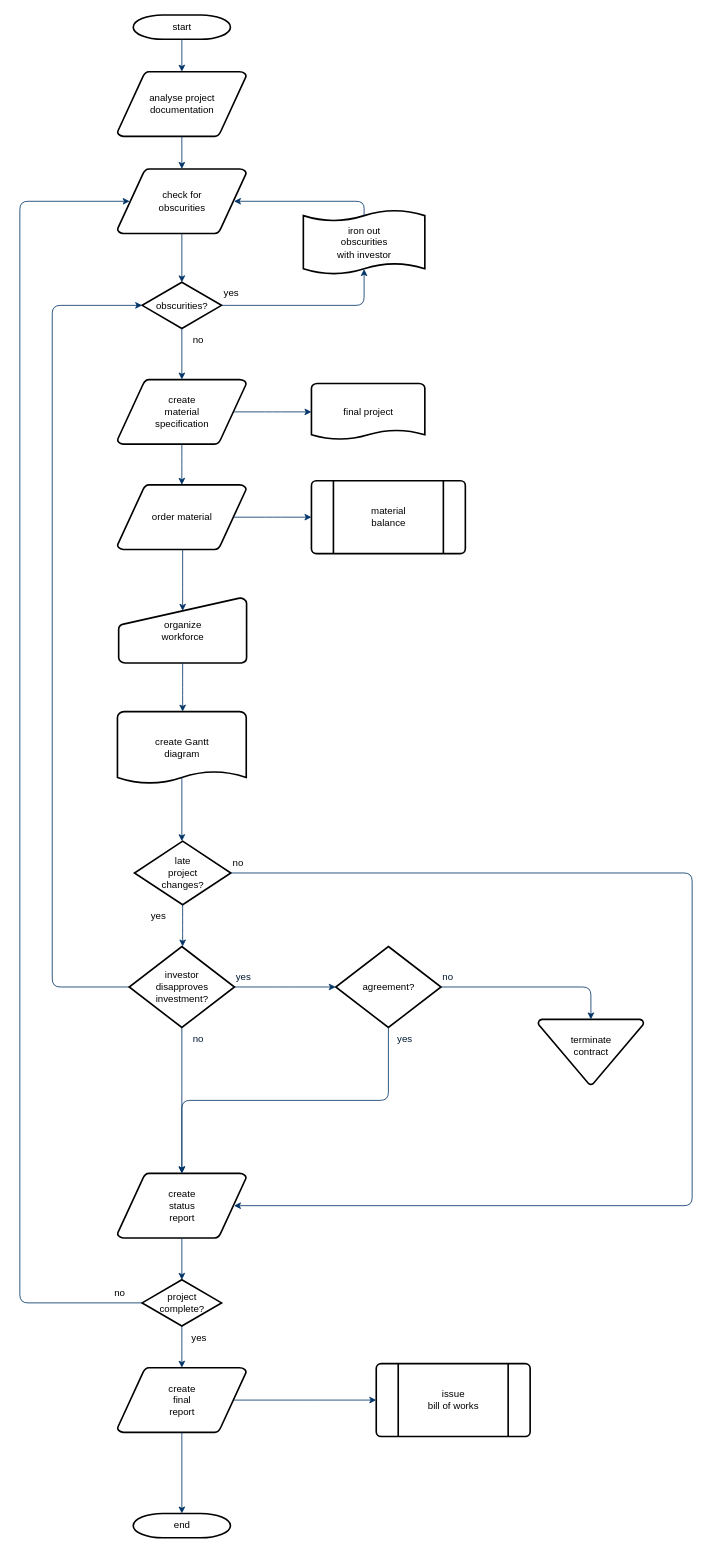
AmazonRF/test keeps this draw.io diagram as Untitled Diagram.drawio. Above is the earlier version. Source tidied: cells renumbered, new cells numbered last; positions are measured from the earlier drawing's top-left corner, leaving out a move shared by most shapes. Both pictures are drawn from the tidied source at 81%, with x=0, y=0 at pixel (19, 15).
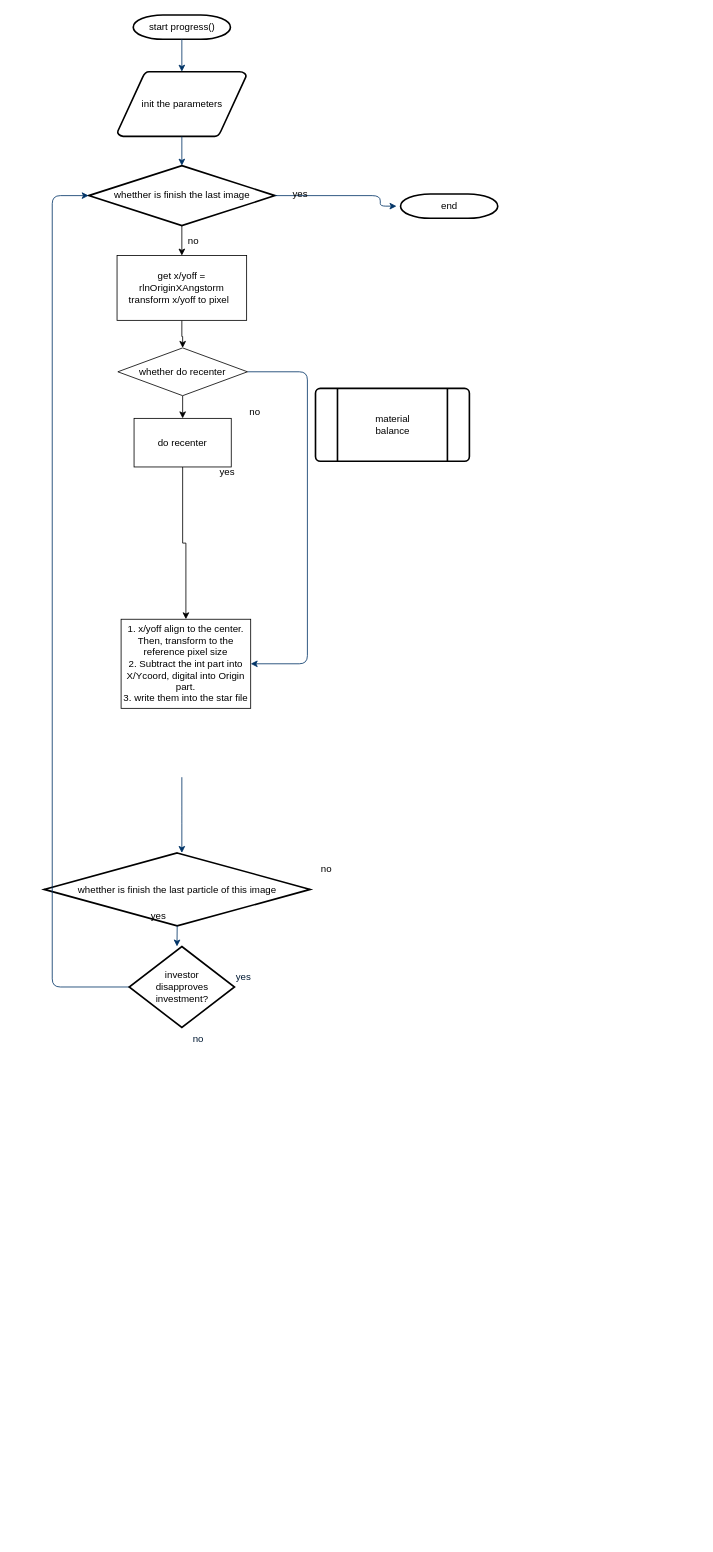
The same diagram, later.

Unchanged cells that the change refers to:
```xml
<mxCell id="28" value="investor&#10;disapproves&#10; investment?" style="shape=mxgraph.flowchart.decision;strokeWidth=2;gradientColor=none;gradientDirection=north;fontStyle=0;html=1;" parent="1" vertex="1">
  <mxGeometry x="135" y="1150" width="130" height="100" as="geometry" />
</mxCell>
```

What changed in the source:
```diff
@@
-    <mxCell id="2" value="start" style="shape=mxgraph.flowchart.terminator;strokeWidth=2;gradientColor=none;gradientDirection=north;fontStyle=0;html=1;" parent="1" vertex="1">
+    <mxCell id="2" value="start progress()" style="shape=mxgraph.flowchart.terminator;strokeWidth=2;gradientColor=none;gradientDirection=north;fontStyle=0;html=1;" parent="1" vertex="1">
       <mxGeometry x="140" width="120" height="30" as="geometry" />
     </mxCell>
-    <mxCell id="3" value="analyse project&#10; documentation" style="shape=mxgraph.flowchart.data;strokeWidth=2;gradientColor=none;gradientDirection=north;fontStyle=0;html=1;" parent="1" vertex="1">
+    <mxCell id="3" value="init the parameters" style="shape=mxgraph.flowchart.data;strokeWidth=2;gradientColor=none;gradientDirection=north;fontStyle=0;html=1;" parent="1" vertex="1">
       <mxGeometry x="120.5" y="70" width="159" height="80" as="geometry" />
     </mxCell>
-    <mxCell id="4" value="create&#10;material&#10;specification" style="shape=mxgraph.flowchart.data;strokeWidth=2;gradientColor=none;gradientDirection=north;fontStyle=0;html=1;" parent="1" vertex="1">
-      <mxGeometry x="120.5" y="450" width="159" height="80" as="geometry" />
-    </mxCell>
-    <mxCell id="5" value="check for&#10;obscurities" style="shape=mxgraph.flowchart.data;strokeWidth=2;gradientColor=none;gradientDirection=north;fontStyle=0;html=1;" parent="1" vertex="1">
-      <mxGeometry x="120.5" y="190" width="159" height="80" as="geometry" />
-    </mxCell>
+    <mxCell id="56" style="edgeStyle=orthogonalEdgeStyle;rounded=0;jettySize=auto;html=1;exitX=0.5;exitY=1;exitDx=0;exitDy=0;exitPerimeter=0;entryX=0.5;entryY=0;entryDx=0;entryDy=0;" parent="1" edge="1" source="6" target="58">
+      <mxGeometry relative="1" as="geometry" />
+    </mxCell>
-    <mxCell id="6" value="obscurities?" style="shape=mxgraph.flowchart.decision;strokeWidth=2;gradientColor=none;gradientDirection=north;fontStyle=0;html=1;" parent="1" vertex="1">
-      <mxGeometry x="151" y="330" width="98" height="57" as="geometry" />
+    <mxCell id="6" value="whetther is finish the last image" style="shape=mxgraph.flowchart.decision;strokeWidth=2;gradientColor=none;gradientDirection=north;fontStyle=0;html=1;" parent="1" vertex="1">
+      <mxGeometry x="85" y="186" width="230" height="74" as="geometry" />
     </mxCell>
@@
-    <mxCell id="8" style="fontStyle=1;strokeColor=#003366;strokeWidth=1;html=1;" parent="1" edge="1" source="3" target="5">
+    <mxCell id="8" style="fontStyle=1;strokeColor=#003366;strokeWidth=1;html=1;entryX=0.5;entryY=0;entryDx=0;entryDy=0;entryPerimeter=0;" parent="1" edge="1" source="3" target="6">
       <mxGeometry relative="1" as="geometry" />
     </mxCell>
-    <mxCell id="9" style="entryX=0.5;entryY=0;entryPerimeter=0;fontStyle=1;strokeColor=#003366;strokeWidth=1;html=1;" parent="1" edge="1" source="5" target="6">
-      <mxGeometry relative="1" as="geometry" />
-    </mxCell>
-    <mxCell id="10" style="edgeStyle=elbowEdgeStyle;elbow=horizontal;entryX=0.5;entryY=0.91;entryPerimeter=0;exitX=1;exitY=0.5;exitPerimeter=0;fontStyle=1;strokeColor=#003366;strokeWidth=1;html=1;" parent="1" edge="1" source="6" target="51">
-      <mxGeometry x="381" y="28.5" as="geometry">
+    <mxCell id="10" style="edgeStyle=elbowEdgeStyle;elbow=horizontal;exitX=1;exitY=0.5;exitPerimeter=0;fontStyle=1;strokeColor=#003366;strokeWidth=1;html=1;" parent="1" edge="1" source="6">
+      <mxGeometry x="386" y="-85.5" as="geometry">
+        <mxPoint x="465" y="236" as="targetPoint" />
         <Array as="points">
-          <mxPoint x="425" y="340" />
+          <mxPoint x="445" y="246" />
+          <mxPoint x="425" y="236" />
+          <mxPoint x="495" y="236" />
+          <mxPoint x="425" y="216" />
+          <mxPoint x="430" y="226" />
         </Array>
       </mxGeometry>
     </mxCell>
     <mxCell id="11" value="yes" style="text;fontStyle=0;html=1;strokeColor=none;gradientColor=none;fillColor=none;strokeWidth=2;" parent="1" vertex="1">
-      <mxGeometry x="250" y="330" width="40" height="26" as="geometry" />
+      <mxGeometry x="335" y="207" width="40" height="26" as="geometry" />
     </mxCell>
-    <mxCell id="12" style="edgeStyle=elbowEdgeStyle;elbow=horizontal;fontColor=#001933;fontStyle=1;strokeColor=#003366;strokeWidth=1;html=1;" parent="1" edge="1" source="6" target="4">
-      <mxGeometry as="geometry" />
-    </mxCell>
-    <mxCell id="13" value="order material" style="shape=mxgraph.flowchart.data;strokeWidth=2;gradientColor=none;gradientDirection=north;fontStyle=0;html=1;" parent="1" vertex="1">
-      <mxGeometry x="120.5" y="580" width="159" height="80" as="geometry" />
-    </mxCell>
     <mxCell id="14" value="no" style="text;fontStyle=0;html=1;strokeColor=none;gradientColor=none;fillColor=none;strokeWidth=2;align=center;" parent="1" vertex="1">
-      <mxGeometry x="200" y="387" width="40" height="26" as="geometry" />
+      <mxGeometry x="194" y="265" width="40" height="26" as="geometry" />
     </mxCell>
-    <mxCell id="15" value="final project" style="shape=mxgraph.flowchart.document;strokeWidth=2;gradientColor=none;gradientDirection=north;fontStyle=0;html=1;" parent="1" vertex="1">
-      <mxGeometry x="360" y="455" width="140" height="70" as="geometry" />
-    </mxCell>
-    <mxCell id="16" style="edgeStyle=elbowEdgeStyle;elbow=horizontal;exitX=0.905;exitY=0.5;exitPerimeter=0;fontStyle=1;strokeColor=#003366;strokeWidth=1;html=1;" parent="1" edge="1" source="4" target="15">
-      <mxGeometry as="geometry" />
-    </mxCell>
-    <mxCell id="17" style="edgeStyle=elbowEdgeStyle;elbow=horizontal;fontStyle=1;strokeColor=#003366;strokeWidth=1;html=1;" parent="1" edge="1" source="4" target="13">
-      <mxGeometry as="geometry" />
-    </mxCell>
     <mxCell id="18" value="material&#10;balance" style="shape=mxgraph.flowchart.predefined_process;strokeWidth=2;gradientColor=none;gradientDirection=north;fontStyle=0;html=1;" parent="1" vertex="1">
-      <mxGeometry x="360" y="575" width="190" height="90" as="geometry" />
+      <mxGeometry x="365" y="461" width="190" height="90" as="geometry" />
     </mxCell>
-    <mxCell id="19" style="edgeStyle=elbowEdgeStyle;elbow=horizontal;exitX=0.905;exitY=0.5;exitPerimeter=0;fontStyle=1;strokeColor=#003366;strokeWidth=1;html=1;" parent="1" edge="1" source="13" target="18">
-      <mxGeometry as="geometry" />
+    <mxCell id="19" style="edgeStyle=elbowEdgeStyle;elbow=horizontal;exitX=1;exitY=0.5;fontStyle=1;strokeColor=#003366;strokeWidth=1;html=1;entryX=1;entryY=0.5;entryDx=0;entryDy=0;exitDx=0;exitDy=0;" parent="1" edge="1" source="60" target="63">
+      <mxGeometry x="5" y="-114" as="geometry">
+        <Array as="points">
+          <mxPoint x="355" y="576" />
+        </Array>
+      </mxGeometry>
     </mxCell>
-    <mxCell id="20" value="organize &#10;workforce" style="shape=mxgraph.flowchart.manual_input;strokeWidth=2;gradientColor=none;gradientDirection=north;fontStyle=0;html=1;" parent="1" vertex="1">
-      <mxGeometry x="122" y="720" width="158" height="80" as="geometry" />
-    </mxCell>
-    <mxCell id="21" style="edgeStyle=elbowEdgeStyle;elbow=horizontal;entryX=0.5;entryY=0.195;entryPerimeter=0;fontStyle=1;strokeColor=#003366;strokeWidth=1;html=1;" parent="1" edge="1" source="13" target="20">
-      <mxGeometry as="geometry" />
-    </mxCell>
-    <mxCell id="22" value="create Gantt&#10;diagram" style="shape=mxgraph.flowchart.document;strokeWidth=2;gradientColor=none;gradientDirection=north;fontStyle=0;html=1;" parent="1" vertex="1">
-      <mxGeometry x="120.5" y="860" width="159" height="90" as="geometry" />
-    </mxCell>
-    <mxCell id="23" style="edgeStyle=elbowEdgeStyle;elbow=horizontal;exitX=0.5;exitY=1;exitPerimeter=0;fontStyle=1;strokeColor=#003366;strokeWidth=1;html=1;" parent="1" edge="1" source="20" target="22">
-      <mxGeometry as="geometry" />
-    </mxCell>
-    <mxCell id="24" value="late&#10;project&#10;changes?" style="shape=mxgraph.flowchart.decision;strokeWidth=2;gradientColor=none;gradientDirection=north;fontStyle=0;html=1;" parent="1" vertex="1">
-      <mxGeometry x="141.5" y="1020" width="119" height="78.5" as="geometry" />
+    <mxCell id="24" value="whetther is finish the last particle of this image" style="shape=mxgraph.flowchart.decision;strokeWidth=2;gradientColor=none;gradientDirection=north;fontStyle=0;html=1;" parent="1" vertex="1">
+      <mxGeometry x="30" y="1034.5" width="328.5" height="90" as="geometry" />
     </mxCell>
-    <mxCell id="25" style="edgeStyle=elbowEdgeStyle;elbow=horizontal;exitX=0.5;exitY=0.9;exitPerimeter=0;fontStyle=1;strokeColor=#003366;strokeWidth=1;html=1;" parent="1" edge="1" source="22" target="24">
-      <mxGeometry as="geometry" />
+    <mxCell id="25" style="edgeStyle=elbowEdgeStyle;elbow=horizontal;exitX=0.5;exitY=0.9;exitPerimeter=0;fontStyle=1;strokeColor=#003366;strokeWidth=1;html=1;" parent="1" edge="1" target="24">
+      <mxGeometry as="geometry">
+        <mxPoint x="200" y="941" as="sourcePoint" />
+      </mxGeometry>
     </mxCell>
@@
-    <mxCell id="29" value="agreement?" style="shape=mxgraph.flowchart.decision;strokeWidth=2;gradientColor=none;gradientDirection=north;fontStyle=0;html=1;" parent="1" vertex="1">
-      <mxGeometry x="390" y="1150" width="130" height="100" as="geometry" />
-    </mxCell>
@@
-    <mxCell id="31" style="edgeStyle=elbowEdgeStyle;elbow=horizontal;exitX=1;exitY=0.5;exitPerimeter=0;entryX=0;entryY=0.5;entryPerimeter=0;fontStyle=1;strokeColor=#003366;strokeWidth=1;html=1;" parent="1" edge="1" source="28" target="29">
-      <mxGeometry as="geometry" />
-    </mxCell>
-    <mxCell id="32" value="terminate&#10;contract&#10;" style="shape=mxgraph.flowchart.merge_or_storage;strokeWidth=2;gradientColor=none;gradientDirection=north;fontStyle=0;html=1;" parent="1" vertex="1">
-      <mxGeometry x="640" y="1240" width="130" height="80.5" as="geometry" />
-    </mxCell>
-    <mxCell id="33" style="edgeStyle=elbowEdgeStyle;elbow=vertical;exitX=1;exitY=0.5;exitPerimeter=0;entryX=0.5;entryY=0;entryPerimeter=0;fontStyle=1;strokeColor=#003366;strokeWidth=1;html=1;" parent="1" edge="1" source="29" target="32">
-      <mxGeometry as="geometry">
-        <Array as="points">
-          <mxPoint x="620" y="1200" />
-        </Array>
-      </mxGeometry>
-    </mxCell>
-    <mxCell id="34" value="create&#10;status&#10;report" style="shape=mxgraph.flowchart.data;strokeWidth=2;gradientColor=none;gradientDirection=north;fontStyle=0;html=1;" parent="1" vertex="1">
-      <mxGeometry x="120.5" y="1430" width="159" height="80" as="geometry" />
-    </mxCell>
-    <mxCell id="35" style="edgeStyle=elbowEdgeStyle;elbow=vertical;exitX=0.5;exitY=1;exitPerimeter=0;fontColor=#001933;fontStyle=1;strokeColor=#003366;strokeWidth=1;html=1;" parent="1" edge="1" source="28" target="34">
-      <mxGeometry as="geometry" />
-    </mxCell>
-    <mxCell id="36" style="edgeStyle=elbowEdgeStyle;elbow=vertical;exitX=0.5;exitY=1;exitPerimeter=0;entryX=0.5;entryY=0;entryPerimeter=0;fontStyle=1;strokeColor=#003366;strokeWidth=1;html=1;" parent="1" edge="1" source="29" target="34">
-      <mxGeometry as="geometry" />
-    </mxCell>
-    <mxCell id="37" value="project&#10;complete?" style="shape=mxgraph.flowchart.decision;strokeWidth=2;gradientColor=none;gradientDirection=north;fontStyle=0;html=1;" parent="1" vertex="1">
-      <mxGeometry x="151" y="1561.5" width="98" height="57" as="geometry" />
-    </mxCell>
-    <mxCell id="38" value="create&#10;final&#10;report" style="shape=mxgraph.flowchart.data;strokeWidth=2;gradientColor=none;gradientDirection=north;fontStyle=0;html=1;" parent="1" vertex="1">
-      <mxGeometry x="120.5" y="1670" width="159" height="80" as="geometry" />
-    </mxCell>
-    <mxCell id="39" value="issue&#10;bill of works" style="shape=mxgraph.flowchart.predefined_process;strokeWidth=2;gradientColor=none;gradientDirection=north;fontStyle=0;html=1;" parent="1" vertex="1">
-      <mxGeometry x="440" y="1665" width="190" height="90" as="geometry" />
-    </mxCell>
-    <mxCell id="40" value="end" style="shape=mxgraph.flowchart.terminator;strokeWidth=2;gradientColor=none;gradientDirection=north;fontStyle=0;html=1;" parent="1" vertex="1">
-      <mxGeometry x="140" y="1850" width="120" height="30" as="geometry" />
-    </mxCell>
-    <mxCell id="41" style="edgeStyle=elbowEdgeStyle;elbow=vertical;exitX=0.5;exitY=1;exitPerimeter=0;entryX=0.5;entryY=0;entryPerimeter=0;fontStyle=1;strokeColor=#003366;strokeWidth=1;html=1;" parent="1" edge="1" source="34" target="37">
-      <mxGeometry as="geometry" />
-    </mxCell>
-    <mxCell id="42" style="edgeStyle=elbowEdgeStyle;elbow=vertical;exitX=0.5;exitY=1;exitPerimeter=0;entryX=0.5;entryY=0;entryPerimeter=0;fontStyle=1;strokeColor=#003366;strokeWidth=1;html=1;" parent="1" edge="1" source="37" target="38">
-      <mxGeometry as="geometry" />
-    </mxCell>
-    <mxCell id="43" style="edgeStyle=elbowEdgeStyle;elbow=vertical;exitX=0.5;exitY=1;exitPerimeter=0;entryX=0.5;entryY=0;entryPerimeter=0;fontStyle=1;strokeColor=#003366;strokeWidth=1;html=1;" parent="1" edge="1" source="38" target="40">
-      <mxGeometry as="geometry" />
-    </mxCell>
-    <mxCell id="44" style="edgeStyle=elbowEdgeStyle;elbow=vertical;exitX=0.905;exitY=0.5;exitPerimeter=0;entryX=0;entryY=0.5;entryPerimeter=0;fontStyle=1;strokeColor=#003366;strokeWidth=1;html=1;" parent="1" edge="1" source="38" target="39">
-      <mxGeometry as="geometry" />
-    </mxCell>
-    <mxCell id="45" style="edgeStyle=elbowEdgeStyle;elbow=horizontal;exitX=1;exitY=0.5;exitPerimeter=0;entryX=0.905;entryY=0.5;entryPerimeter=0;fontStyle=1;strokeColor=#003366;strokeWidth=1;html=1;" parent="1" edge="1" source="24" target="34">
-      <mxGeometry as="geometry">
-        <Array as="points">
-          <mxPoint x="830" y="1260" />
-        </Array>
-      </mxGeometry>
-    </mxCell>
     <mxCell id="46" value="no" style="text;fontStyle=0;html=1;strokeColor=none;gradientColor=none;fillColor=none;strokeWidth=2;" parent="1" vertex="1">
-      <mxGeometry x="260.5" y="1033.2" width="40" height="26" as="geometry" />
+      <mxGeometry x="370" y="1040.5" width="40" height="26" as="geometry" />
     </mxCell>
@@
-    <mxCell id="49" value="yes" style="text;fontColor=#001933;fontStyle=0;html=1;strokeColor=none;gradientColor=none;fillColor=none;strokeWidth=2;align=center;" parent="1" vertex="1">
-      <mxGeometry x="455" y="1250" width="40" height="26" as="geometry" />
-    </mxCell>
-    <mxCell id="50" value="no" style="text;fontColor=#001933;fontStyle=0;html=1;strokeColor=none;gradientColor=none;fillColor=none;strokeWidth=2;" parent="1" vertex="1">
-      <mxGeometry x="520" y="1174" width="40" height="26" as="geometry" />
-    </mxCell>
-    <mxCell id="51" value="iron out&#10;obscurities &#10;with investor" style="shape=mxgraph.flowchart.paper_tape;strokeWidth=2;gradientColor=none;gradientDirection=north;fontStyle=0;html=1;" parent="1" vertex="1">
-      <mxGeometry x="350" y="240" width="150" height="81" as="geometry" />
-    </mxCell>
-    <mxCell id="52" style="edgeStyle=elbowEdgeStyle;elbow=horizontal;exitX=0.5;exitY=0.09;exitPerimeter=0;entryX=0.905;entryY=0.5;entryPerimeter=0;fontStyle=1;strokeColor=#003366;strokeWidth=1;html=1;" parent="1" edge="1" source="51" target="5">
-      <mxGeometry as="geometry">
-        <Array as="points">
-          <mxPoint x="425" y="240" />
-        </Array>
-      </mxGeometry>
-    </mxCell>
-    <mxCell id="53" value="yes" style="text;fontStyle=0;html=1;strokeColor=none;gradientColor=none;fillColor=none;strokeWidth=2;align=center;" parent="1" vertex="1">
-      <mxGeometry x="201" y="1620" width="40" height="26" as="geometry" />
-    </mxCell>
-    <mxCell id="54" style="edgeStyle=elbowEdgeStyle;elbow=horizontal;exitX=0;exitY=0.5;exitPerimeter=0;entryX=0.095;entryY=0.5;entryPerimeter=0;fontStyle=1;strokeColor=#003366;strokeWidth=1;html=1;" parent="1" edge="1" source="37" target="5">
-      <mxGeometry as="geometry">
-        <Array as="points">
-          <mxPoint y="910" />
-        </Array>
-      </mxGeometry>
-    </mxCell>
-    <mxCell id="55" value="no" style="text;fontStyle=0;html=1;strokeColor=none;gradientColor=none;fillColor=none;strokeWidth=2;" parent="1" vertex="1">
-      <mxGeometry x="115" y="1564" width="40" height="26" as="geometry" />
-    </mxCell>
+    <mxCell id="40" value="end" style="shape=mxgraph.flowchart.terminator;strokeWidth=2;gradientColor=none;gradientDirection=north;fontStyle=0;html=1;" parent="1" vertex="1">
+      <mxGeometry x="470" y="221" width="120" height="30" as="geometry" />
+    </mxCell>
+    <mxCell id="57" style="edgeStyle=orthogonalEdgeStyle;rounded=0;jettySize=auto;html=1;exitX=0.5;exitY=1;exitDx=0;exitDy=0;" parent="1" edge="1" source="58" target="60">
+      <mxGeometry relative="1" as="geometry" />
+    </mxCell>
+    <mxCell id="58" value="get x/yoff = rlnOriginXAngstorm&lt;br&gt;transform x/yoff to pixel&amp;nbsp;&amp;nbsp;" style="rounded=0;whiteSpace=wrap;html=1;" parent="1" vertex="1">
+      <mxGeometry x="120" y="297" width="160" height="80" as="geometry" />
+    </mxCell>
+    <mxCell id="59" style="edgeStyle=orthogonalEdgeStyle;rounded=0;jettySize=auto;html=1;exitX=0.5;exitY=1;exitDx=0;exitDy=0;entryX=0.5;entryY=0;entryDx=0;entryDy=0;" parent="1" edge="1" source="60" target="62">
+      <mxGeometry relative="1" as="geometry" />
+    </mxCell>
+    <mxCell id="60" value="whether do recenter" style="rhombus;whiteSpace=wrap;html=1;" parent="1" vertex="1">
+      <mxGeometry x="121" y="411" width="160" height="59" as="geometry" />
+    </mxCell>
+    <mxCell id="61" style="edgeStyle=orthogonalEdgeStyle;rounded=0;jettySize=auto;html=1;exitX=0.5;exitY=1;exitDx=0;exitDy=0;entryX=0.5;entryY=0;entryDx=0;entryDy=0;" parent="1" edge="1" source="62" target="63">
+      <mxGeometry relative="1" as="geometry" />
+    </mxCell>
+    <mxCell id="62" value="do recenter" style="rounded=0;whiteSpace=wrap;html=1;" parent="1" vertex="1">
+      <mxGeometry x="141" y="498" width="120" height="60" as="geometry" />
+    </mxCell>
+    <mxCell id="63" value="1. x/yoff align to the center. Then, transform to the reference pixel size&lt;br&gt;2. Subtract the int part into X/Ycoord, digital into Origin part.&lt;br&gt;3. write them into the star file" style="rounded=0;whiteSpace=wrap;html=1;" parent="1" vertex="1">
+      <mxGeometry x="125" y="746" width="160" height="110" as="geometry" />
+    </mxCell>
+    <mxCell id="64" value="no" style="text;fontStyle=0;html=1;strokeColor=none;gradientColor=none;fillColor=none;strokeWidth=2;align=center;" parent="1" vertex="1">
+      <mxGeometry x="270" y="476" width="40" height="26" as="geometry" />
+    </mxCell>
+    <mxCell id="65" value="yes" style="text;fontStyle=0;html=1;strokeColor=none;gradientColor=none;fillColor=none;strokeWidth=2;" parent="1" vertex="1">
+      <mxGeometry x="245" y="551" width="40" height="26" as="geometry" />
+    </mxCell>
```
